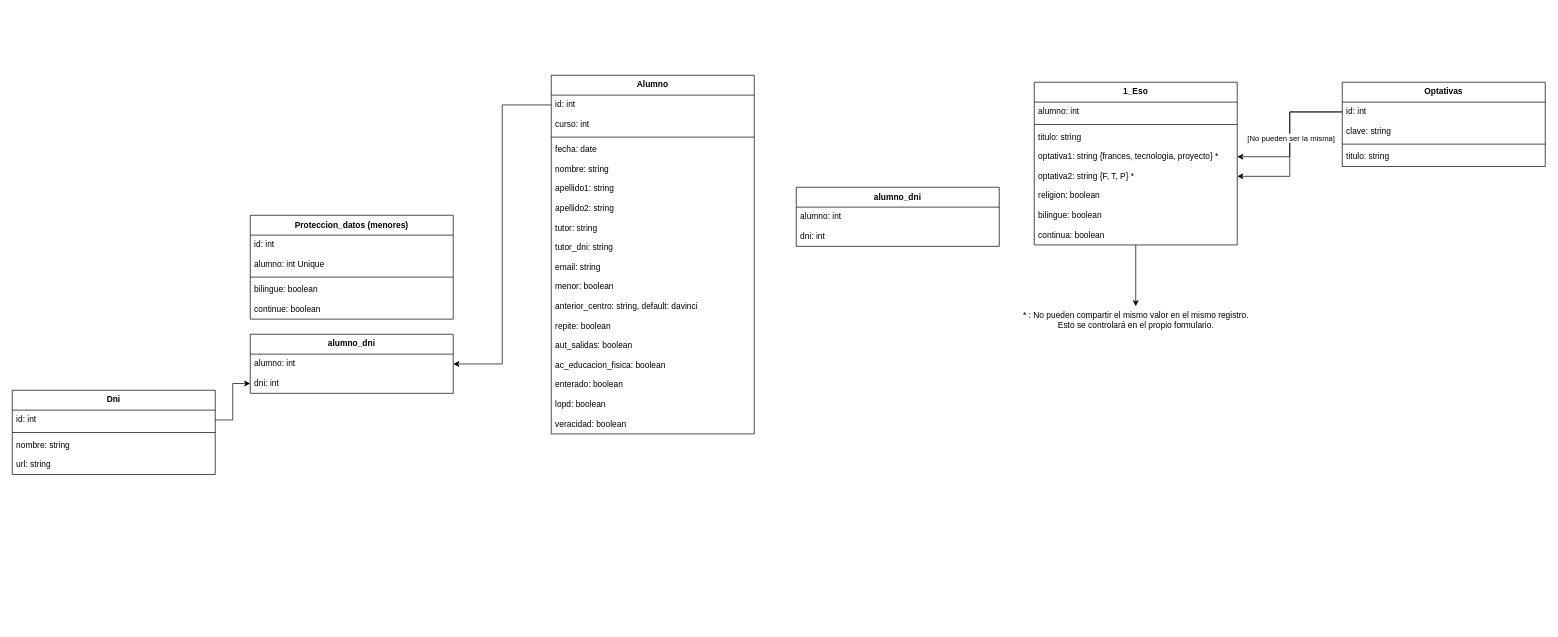
The draw.io diagram Proyecto-Matricula-Online.drawio in Buhuk/diagramas, before the edit. Source tidied: cells renumbered, new cells numbered last; positions are measured from the earlier drawing's top-left corner, leaving out a move shared by most shapes. Both pictures are drawn from the tidied source at 70%, with x=0, y=0 at pixel (12, 75).
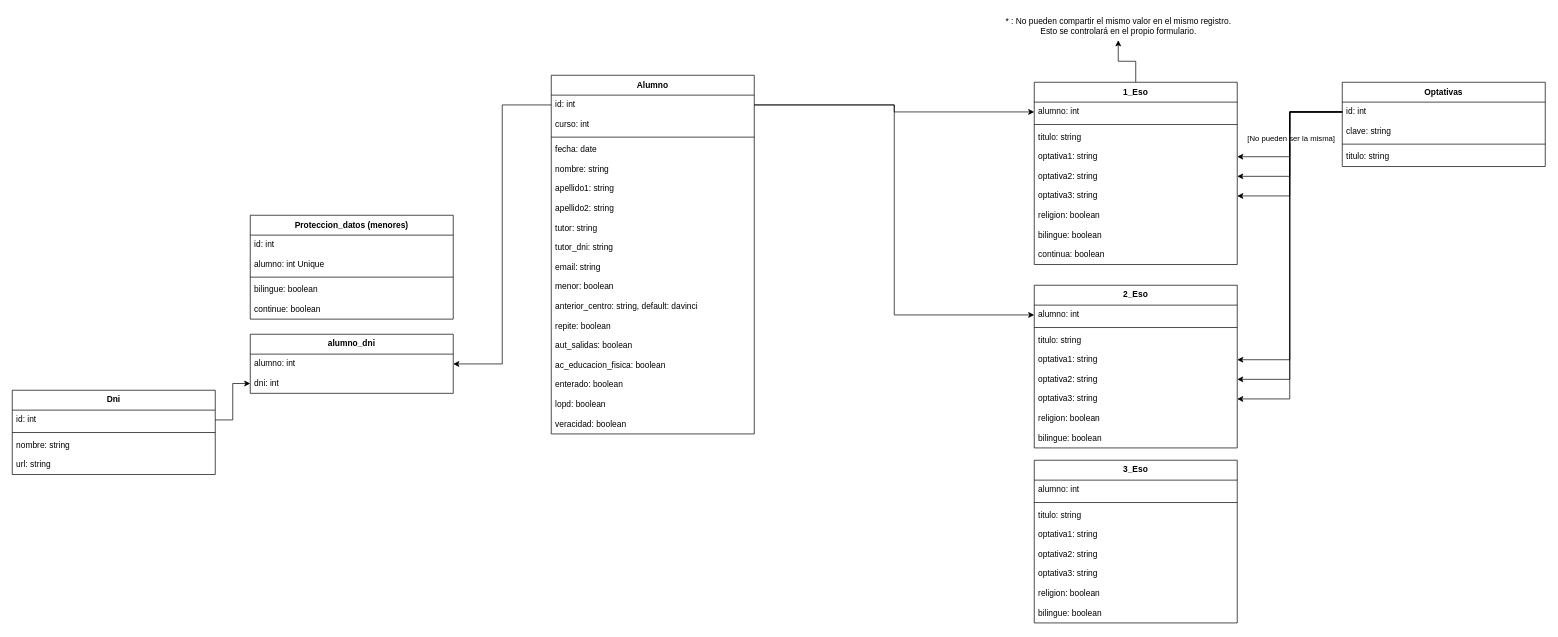
After the change.

Unchanged cells that the change refers to:
```xml
<mxCell id="3" value="id: int" style="text;strokeColor=none;fillColor=none;align=left;verticalAlign=top;spacingLeft=4;spacingRight=4;overflow=hidden;points=[[0,0.5],[1,0.5]];portConstraint=eastwest;" parent="2" vertex="1">
  <mxGeometry y="28.4" width="290" height="28" as="geometry" />
</mxCell>
<mxCell id="23" value="alumno: int" style="text;strokeColor=none;fillColor=none;align=left;verticalAlign=top;spacingLeft=4;spacingRight=4;overflow=hidden;points=[[0,0.5],[1,0.5]];portConstraint=eastwest;" parent="22" vertex="1">
  <mxGeometry y="28.4" width="290" height="28" as="geometry" />
</mxCell>
<mxCell id="49" value="id: int" style="text;strokeColor=none;fillColor=none;align=left;verticalAlign=top;spacingLeft=4;spacingRight=4;overflow=hidden;points=[[0,0.5],[1,0.5]];portConstraint=eastwest;" parent="48" vertex="1">
  <mxGeometry y="28.4" width="290" height="28" as="geometry" />
</mxCell>
```

What changed in the source:
```diff
@@
     <mxCell id="22" value="1_Eso" style="swimlane;fontStyle=1;align=center;verticalAlign=top;horizontal=1;startSize=28.4;" parent="1" vertex="1">
-      <mxGeometry x="1460" y="10" width="290" height="232.4" as="geometry" />
+      <mxGeometry x="1460" y="10" width="290" height="260.4" as="geometry" />
     </mxCell>
@@
-    <mxCell id="26" value="optativa1: string {frances, tecnologia, proyecto} *" style="text;strokeColor=none;fillColor=none;align=left;verticalAlign=top;spacingLeft=4;spacingRight=4;overflow=hidden;points=[[0,0.5],[1,0.5]];portConstraint=eastwest;" parent="22" vertex="1">
+    <mxCell id="26" value="optativa1: string&#10;" style="text;strokeColor=none;fillColor=none;align=left;verticalAlign=top;spacingLeft=4;spacingRight=4;overflow=hidden;points=[[0,0.5],[1,0.5]];portConstraint=eastwest;" parent="22" vertex="1">
       <mxGeometry y="92.4" width="290" height="28" as="geometry" />
     </mxCell>
+    <mxCell id="59" value="optativa2: string&#10;" style="text;strokeColor=none;fillColor=none;align=left;verticalAlign=top;spacingLeft=4;spacingRight=4;overflow=hidden;points=[[0,0.5],[1,0.5]];portConstraint=eastwest;" parent="22" vertex="1">
+      <mxGeometry y="120.4" width="290" height="28" as="geometry" />
+    </mxCell>
-    <mxCell id="27" value="optativa2: string {F, T, P} *" style="text;strokeColor=none;fillColor=none;align=left;verticalAlign=top;spacingLeft=4;spacingRight=4;overflow=hidden;points=[[0,0.5],[1,0.5]];portConstraint=eastwest;" parent="22" vertex="1">
-      <mxGeometry y="120.4" width="290" height="28" as="geometry" />
+    <mxCell id="27" value="optativa3: string&#10;" style="text;strokeColor=none;fillColor=none;align=left;verticalAlign=top;spacingLeft=4;spacingRight=4;overflow=hidden;points=[[0,0.5],[1,0.5]];portConstraint=eastwest;" parent="22" vertex="1">
+      <mxGeometry y="148.4" width="290" height="28" as="geometry" />
     </mxCell>
     <mxCell id="28" value="religion: boolean" style="text;strokeColor=none;fillColor=none;align=left;verticalAlign=top;spacingLeft=4;spacingRight=4;overflow=hidden;" parent="22" vertex="1">
-      <mxGeometry y="148.4" width="290" height="28" as="geometry" />
+      <mxGeometry y="176.4" width="290" height="28" as="geometry" />
     </mxCell>
     <mxCell id="29" value="bilingue: boolean" style="text;strokeColor=none;fillColor=none;align=left;verticalAlign=top;spacingLeft=4;spacingRight=4;overflow=hidden;" parent="22" vertex="1">
-      <mxGeometry y="176.4" width="290" height="28" as="geometry" />
+      <mxGeometry y="204.4" width="290" height="28" as="geometry" />
     </mxCell>
     <mxCell id="30" value="continua: boolean" style="text;strokeColor=none;fillColor=none;align=left;verticalAlign=top;spacingLeft=4;spacingRight=4;overflow=hidden;" parent="22" vertex="1">
-      <mxGeometry y="204.4" width="290" height="28" as="geometry" />
+      <mxGeometry y="232.4" width="290" height="28" as="geometry" />
     </mxCell>
     <mxCell id="31" value="* : No pueden compartir el mismo valor en el mismo registro.&lt;br&gt;Esto se controlará en el propio formulario." style="text;html=1;align=center;verticalAlign=middle;points=[];strokeColor=none;fillColor=none;" parent="1" vertex="1">
-      <mxGeometry x="1425" y="330" width="360" height="40" as="geometry" />
+      <mxGeometry x="1400" y="-90" width="360" height="40" as="geometry" />
     </mxCell>
@@
-    <mxCell id="56" value="alumno_dni" style="swimlane;fontStyle=1;align=center;verticalAlign=top;horizontal=1;startSize=28.4;" parent="1" vertex="1">
-      <mxGeometry x="1120" y="160" width="290" height="84.4" as="geometry" />
-    </mxCell>
-    <mxCell id="57" value="alumno: int" style="text;strokeColor=none;fillColor=none;align=left;verticalAlign=top;spacingLeft=4;spacingRight=4;overflow=hidden;" parent="56" vertex="1">
-      <mxGeometry y="28.4" width="290" height="28" as="geometry" />
-    </mxCell>
-    <mxCell id="58" value="dni: int" style="text;strokeColor=none;fillColor=none;align=left;verticalAlign=top;spacingLeft=4;spacingRight=4;overflow=hidden;" parent="56" vertex="1">
-      <mxGeometry y="56.4" width="290" height="28" as="geometry" />
-    </mxCell>
+    <mxCell id="60" style="edgeStyle=orthogonalEdgeStyle;rounded=0;jettySize=auto;html=1;" parent="1" edge="1" source="3" target="23">
+      <mxGeometry relative="1" as="geometry" />
+    </mxCell>
+    <mxCell id="61" value="2_Eso" style="swimlane;fontStyle=1;align=center;verticalAlign=top;horizontal=1;startSize=28.4;" parent="1" vertex="1">
+      <mxGeometry x="1460" y="300" width="290" height="232.4" as="geometry" />
+    </mxCell>
+    <mxCell id="62" value="alumno: int" style="text;strokeColor=none;fillColor=none;align=left;verticalAlign=top;spacingLeft=4;spacingRight=4;overflow=hidden;points=[[0,0.5],[1,0.5]];portConstraint=eastwest;" parent="61" vertex="1">
+      <mxGeometry y="28.4" width="290" height="28" as="geometry" />
+    </mxCell>
+    <mxCell id="63" style="line;strokeWidth=1;fillColor=none;align=left;verticalAlign=middle;spacingTop=-1;spacingLeft=3;spacingRight=3;labelPosition=right;strokeColor=inherit;" parent="61" vertex="1">
+      <mxGeometry y="56.4" width="290" height="8" as="geometry" />
+    </mxCell>
+    <mxCell id="64" value="titulo: string" style="text;strokeColor=none;fillColor=none;align=left;verticalAlign=top;spacingLeft=4;spacingRight=4;overflow=hidden;" parent="61" vertex="1">
+      <mxGeometry y="64.4" width="290" height="28" as="geometry" />
+    </mxCell>
+    <mxCell id="65" value="optativa1: string" style="text;strokeColor=none;fillColor=none;align=left;verticalAlign=top;spacingLeft=4;spacingRight=4;overflow=hidden;points=[[0,0.5],[1,0.5]];portConstraint=eastwest;" parent="61" vertex="1">
+      <mxGeometry y="92.4" width="290" height="28" as="geometry" />
+    </mxCell>
+    <mxCell id="66" value="optativa2: string" style="text;strokeColor=none;fillColor=none;align=left;verticalAlign=top;spacingLeft=4;spacingRight=4;overflow=hidden;points=[[0,0.5],[1,0.5]];portConstraint=eastwest;" parent="61" vertex="1">
+      <mxGeometry y="120.4" width="290" height="28" as="geometry" />
+    </mxCell>
+    <mxCell id="67" value="optativa3: string" style="text;strokeColor=none;fillColor=none;align=left;verticalAlign=top;spacingLeft=4;spacingRight=4;overflow=hidden;points=[[0,0.5],[1,0.5]];portConstraint=eastwest;" parent="61" vertex="1">
+      <mxGeometry y="148.4" width="290" height="28" as="geometry" />
+    </mxCell>
+    <mxCell id="68" value="religion: boolean" style="text;strokeColor=none;fillColor=none;align=left;verticalAlign=top;spacingLeft=4;spacingRight=4;overflow=hidden;" parent="61" vertex="1">
+      <mxGeometry y="176.4" width="290" height="28" as="geometry" />
+    </mxCell>
+    <mxCell id="69" value="bilingue: boolean" style="text;strokeColor=none;fillColor=none;align=left;verticalAlign=top;spacingLeft=4;spacingRight=4;overflow=hidden;" parent="61" vertex="1">
+      <mxGeometry y="204.4" width="290" height="28" as="geometry" />
+    </mxCell>
+    <mxCell id="70" style="edgeStyle=orthogonalEdgeStyle;rounded=0;jettySize=auto;html=1;" parent="1" edge="1" source="49" target="65">
+      <mxGeometry relative="1" as="geometry" />
+    </mxCell>
+    <mxCell id="71" style="edgeStyle=orthogonalEdgeStyle;rounded=0;jettySize=auto;html=1;" parent="1" edge="1" source="49" target="59">
+      <mxGeometry relative="1" as="geometry" />
+    </mxCell>
+    <mxCell id="72" style="edgeStyle=orthogonalEdgeStyle;rounded=0;jettySize=auto;html=1;" parent="1" edge="1" source="49" target="66">
+      <mxGeometry relative="1" as="geometry" />
+    </mxCell>
+    <mxCell id="73" style="edgeStyle=orthogonalEdgeStyle;rounded=0;jettySize=auto;html=1;" parent="1" edge="1" source="49" target="67">
+      <mxGeometry relative="1" as="geometry" />
+    </mxCell>
+    <mxCell id="74" style="edgeStyle=orthogonalEdgeStyle;rounded=0;jettySize=auto;html=1;" parent="1" edge="1" source="3" target="62">
+      <mxGeometry relative="1" as="geometry" />
+    </mxCell>
+    <mxCell id="75" value="3_Eso" style="swimlane;fontStyle=1;align=center;verticalAlign=top;horizontal=1;startSize=28.4;" parent="1" vertex="1">
+      <mxGeometry x="1460" y="550" width="290" height="232.4" as="geometry" />
+    </mxCell>
+    <mxCell id="76" value="alumno: int" style="text;strokeColor=none;fillColor=none;align=left;verticalAlign=top;spacingLeft=4;spacingRight=4;overflow=hidden;" parent="75" vertex="1">
+      <mxGeometry y="28.4" width="290" height="28" as="geometry" />
+    </mxCell>
+    <mxCell id="77" style="line;strokeWidth=1;fillColor=none;align=left;verticalAlign=middle;spacingTop=-1;spacingLeft=3;spacingRight=3;labelPosition=right;strokeColor=inherit;" parent="75" vertex="1">
+      <mxGeometry y="56.4" width="290" height="8" as="geometry" />
+    </mxCell>
+    <mxCell id="78" value="titulo: string" style="text;strokeColor=none;fillColor=none;align=left;verticalAlign=top;spacingLeft=4;spacingRight=4;overflow=hidden;" parent="75" vertex="1">
+      <mxGeometry y="64.4" width="290" height="28" as="geometry" />
+    </mxCell>
+    <mxCell id="79" value="optativa1: string" style="text;strokeColor=none;fillColor=none;align=left;verticalAlign=top;spacingLeft=4;spacingRight=4;overflow=hidden;" parent="75" vertex="1">
+      <mxGeometry y="92.4" width="290" height="28" as="geometry" />
+    </mxCell>
+    <mxCell id="80" value="optativa2: string" style="text;strokeColor=none;fillColor=none;align=left;verticalAlign=top;spacingLeft=4;spacingRight=4;overflow=hidden;" parent="75" vertex="1">
+      <mxGeometry y="120.4" width="290" height="28" as="geometry" />
+    </mxCell>
+    <mxCell id="81" value="optativa3: string" style="text;strokeColor=none;fillColor=none;align=left;verticalAlign=top;spacingLeft=4;spacingRight=4;overflow=hidden;" parent="75" vertex="1">
+      <mxGeometry y="148.4" width="290" height="28" as="geometry" />
+    </mxCell>
+    <mxCell id="82" value="religion: boolean" style="text;strokeColor=none;fillColor=none;align=left;verticalAlign=top;spacingLeft=4;spacingRight=4;overflow=hidden;" parent="75" vertex="1">
+      <mxGeometry y="176.4" width="290" height="28" as="geometry" />
+    </mxCell>
+    <mxCell id="83" value="bilingue: boolean" style="text;strokeColor=none;fillColor=none;align=left;verticalAlign=top;spacingLeft=4;spacingRight=4;overflow=hidden;" parent="75" vertex="1">
+      <mxGeometry y="204.4" width="290" height="28" as="geometry" />
+    </mxCell>
```
